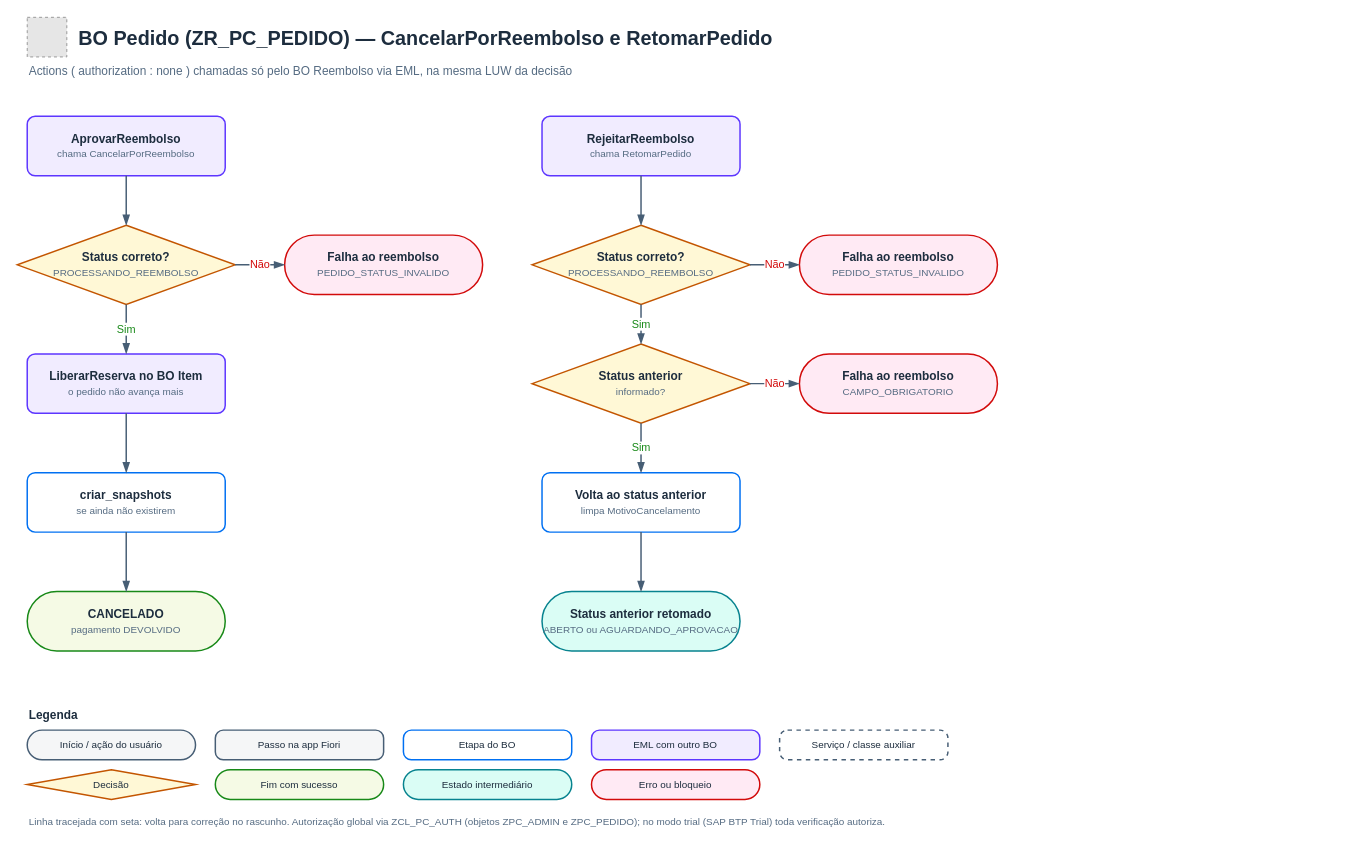
The draw.io diagram page "6 · Decisão do reembolso" (6 of 7) of docs/fluxos-bo-pedido.drawio in AdrianoBispo/sap-abap-rap-pedidos-de-compras-app, before the edit. Source tidied: cells renumbered, new cells numbered last; positions are measured from the earlier drawing's top-left corner, leaving out a move shared by most shapes. Both pictures are drawn from the tidied source at 99%, with x=0, y=0 at pixel (17, 17). Pictures stored in the file or linked from it are replaced by grey dashed boxes.
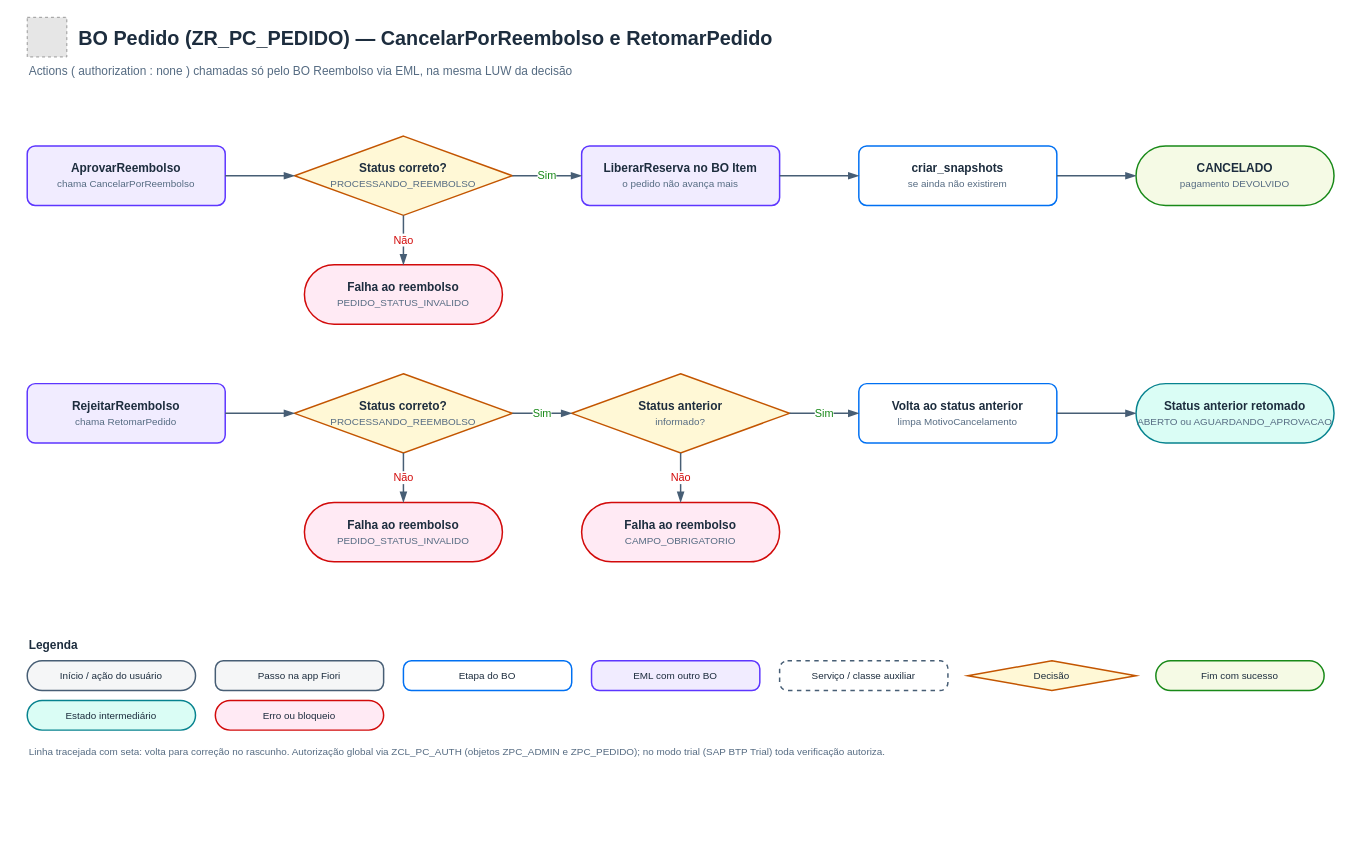
Above is the later version.

What changed in the source:
```diff
@@
     <mxCell id="3" value="BO Pedido (ZR_PC_PEDIDO) — CancelarPorReembolso e RetomarPedido" style="text;html=1;whiteSpace=wrap;align=left;verticalAlign=middle;fontFamily=Helvetica;fontSize=20;fontStyle=1;fontColor=#1D2D3E;" parent="1" vertex="1">
-      <mxGeometry x="60" width="930" height="40" as="geometry" />
+      <mxGeometry x="60" width="1290" height="40" as="geometry" />
     </mxCell>
     <mxCell id="4" value="Actions ( authorization : none ) chamadas só pelo BO Reembolso via EML, na mesma LUW da decisão" style="text;html=1;whiteSpace=wrap;align=left;verticalAlign=middle;fontFamily=Helvetica;fontSize=12;fontColor=#556B82;" parent="1" vertex="1">
-      <mxGeometry x="10" y="40" width="980" height="30" as="geometry" />
+      <mxGeometry x="10" y="40" width="1340" height="30" as="geometry" />
     </mxCell>
     <mxCell id="5" value="&lt;b&gt;AprovarReembolso&lt;/b&gt;&lt;br&gt;&lt;font style=&quot;font-size:10px&quot; color=&quot;#556B82&quot;&gt;chama CancelarPorReembolso&lt;/font&gt;" style="rounded=1;arcSize=16;absoluteArcSize=1;strokeColor=#5D36FF;fillColor=#F1ECFF;whiteSpace=wrap;html=1;fontFamily=Helvetica;fontSize=12;fontColor=#1D2D3E;strokeWidth=1.5;" parent="1" vertex="1">
-      <mxGeometry x="10" y="100" width="200" height="60" as="geometry" />
+      <mxGeometry x="10" y="130" width="200" height="60" as="geometry" />
     </mxCell>
     <mxCell id="6" value="&lt;b&gt;Status correto?&lt;/b&gt;&lt;br&gt;&lt;font style=&quot;font-size:10px&quot; color=&quot;#556B82&quot;&gt;PROCESSANDO_REEMBOLSO&lt;/font&gt;" style="rhombus;strokeColor=#C35500;fillColor=#FFF8D6;whiteSpace=wrap;html=1;fontFamily=Helvetica;fontSize=12;fontColor=#1D2D3E;strokeWidth=1.5;" parent="1" vertex="1">
-      <mxGeometry y="210" width="220" height="80" as="geometry" />
+      <mxGeometry x="280" y="120" width="220" height="80" as="geometry" />
     </mxCell>
     <mxCell id="7" value="&lt;b&gt;Falha ao reembolso&lt;/b&gt;&lt;br&gt;&lt;font style=&quot;font-size:10px&quot; color=&quot;#556B82&quot;&gt;PEDIDO_STATUS_INVALIDO&lt;/font&gt;" style="rounded=1;arcSize=60;absoluteArcSize=1;strokeColor=#D20A0A;fillColor=#FFEAF4;whiteSpace=wrap;html=1;fontFamily=Helvetica;fontSize=12;fontColor=#1D2D3E;strokeWidth=1.5;" parent="1" vertex="1">
-      <mxGeometry x="270" y="220" width="200" height="60" as="geometry" />
+      <mxGeometry x="290" y="250" width="200" height="60" as="geometry" />
     </mxCell>
     <mxCell id="8" value="&lt;b&gt;LiberarReserva no BO Item&lt;/b&gt;&lt;br&gt;&lt;font style=&quot;font-size:10px&quot; color=&quot;#556B82&quot;&gt;o pedido não avança mais&lt;/font&gt;" style="rounded=1;arcSize=16;absoluteArcSize=1;strokeColor=#5D36FF;fillColor=#F1ECFF;whiteSpace=wrap;html=1;fontFamily=Helvetica;fontSize=12;fontColor=#1D2D3E;strokeWidth=1.5;" parent="1" vertex="1">
-      <mxGeometry x="10" y="340" width="200" height="60" as="geometry" />
+      <mxGeometry x="570" y="130" width="200" height="60" as="geometry" />
     </mxCell>
     <mxCell id="9" value="&lt;b&gt;criar_snapshots&lt;/b&gt;&lt;br&gt;&lt;font style=&quot;font-size:10px&quot; color=&quot;#556B82&quot;&gt;se ainda não existirem&lt;/font&gt;" style="rounded=1;arcSize=16;absoluteArcSize=1;strokeColor=#0070F2;fillColor=#FFFFFF;whiteSpace=wrap;html=1;fontFamily=Helvetica;fontSize=12;fontColor=#1D2D3E;strokeWidth=1.5;" parent="1" vertex="1">
-      <mxGeometry x="10" y="460" width="200" height="60" as="geometry" />
+      <mxGeometry x="850" y="130" width="200" height="60" as="geometry" />
     </mxCell>
     <mxCell id="10" value="&lt;b&gt;CANCELADO&lt;/b&gt;&lt;br&gt;&lt;font style=&quot;font-size:10px&quot; color=&quot;#556B82&quot;&gt;pagamento DEVOLVIDO&lt;/font&gt;" style="rounded=1;arcSize=60;absoluteArcSize=1;strokeColor=#188918;fillColor=#F5FAE5;whiteSpace=wrap;html=1;fontFamily=Helvetica;fontSize=12;fontColor=#1D2D3E;strokeWidth=1.5;" parent="1" vertex="1">
-      <mxGeometry x="10" y="580" width="200" height="60" as="geometry" />
+      <mxGeometry x="1130" y="130" width="200" height="60" as="geometry" />
     </mxCell>
     <mxCell id="11" value="&lt;b&gt;RejeitarReembolso&lt;/b&gt;&lt;br&gt;&lt;font style=&quot;font-size:10px&quot; color=&quot;#556B82&quot;&gt;chama RetomarPedido&lt;/font&gt;" style="rounded=1;arcSize=16;absoluteArcSize=1;strokeColor=#5D36FF;fillColor=#F1ECFF;whiteSpace=wrap;html=1;fontFamily=Helvetica;fontSize=12;fontColor=#1D2D3E;strokeWidth=1.5;" parent="1" vertex="1">
-      <mxGeometry x="530" y="100" width="200" height="60" as="geometry" />
+      <mxGeometry x="10" y="370" width="200" height="60" as="geometry" />
     </mxCell>
     <mxCell id="12" value="&lt;b&gt;Status correto?&lt;/b&gt;&lt;br&gt;&lt;font style=&quot;font-size:10px&quot; color=&quot;#556B82&quot;&gt;PROCESSANDO_REEMBOLSO&lt;/font&gt;" style="rhombus;strokeColor=#C35500;fillColor=#FFF8D6;whiteSpace=wrap;html=1;fontFamily=Helvetica;fontSize=12;fontColor=#1D2D3E;strokeWidth=1.5;" parent="1" vertex="1">
-      <mxGeometry x="520" y="210" width="220" height="80" as="geometry" />
+      <mxGeometry x="280" y="360" width="220" height="80" as="geometry" />
     </mxCell>
     <mxCell id="13" value="&lt;b&gt;Falha ao reembolso&lt;/b&gt;&lt;br&gt;&lt;font style=&quot;font-size:10px&quot; color=&quot;#556B82&quot;&gt;PEDIDO_STATUS_INVALIDO&lt;/font&gt;" style="rounded=1;arcSize=60;absoluteArcSize=1;strokeColor=#D20A0A;fillColor=#FFEAF4;whiteSpace=wrap;html=1;fontFamily=Helvetica;fontSize=12;fontColor=#1D2D3E;strokeWidth=1.5;" parent="1" vertex="1">
-      <mxGeometry x="790" y="220" width="200" height="60" as="geometry" />
+      <mxGeometry x="290" y="490" width="200" height="60" as="geometry" />
     </mxCell>
     <mxCell id="14" value="&lt;b&gt;Status anterior&lt;/b&gt;&lt;br&gt;&lt;font style=&quot;font-size:10px&quot; color=&quot;#556B82&quot;&gt;informado?&lt;/font&gt;" style="rhombus;strokeColor=#C35500;fillColor=#FFF8D6;whiteSpace=wrap;html=1;fontFamily=Helvetica;fontSize=12;fontColor=#1D2D3E;strokeWidth=1.5;" parent="1" vertex="1">
-      <mxGeometry x="520" y="330" width="220" height="80" as="geometry" />
+      <mxGeometry x="560" y="360" width="220" height="80" as="geometry" />
     </mxCell>
     <mxCell id="15" value="&lt;b&gt;Falha ao reembolso&lt;/b&gt;&lt;br&gt;&lt;font style=&quot;font-size:10px&quot; color=&quot;#556B82&quot;&gt;CAMPO_OBRIGATORIO&lt;/font&gt;" style="rounded=1;arcSize=60;absoluteArcSize=1;strokeColor=#D20A0A;fillColor=#FFEAF4;whiteSpace=wrap;html=1;fontFamily=Helvetica;fontSize=12;fontColor=#1D2D3E;strokeWidth=1.5;" parent="1" vertex="1">
-      <mxGeometry x="790" y="340" width="200" height="60" as="geometry" />
+      <mxGeometry x="570" y="490" width="200" height="60" as="geometry" />
     </mxCell>
     <mxCell id="16" value="&lt;b&gt;Volta ao status anterior&lt;/b&gt;&lt;br&gt;&lt;font style=&quot;font-size:10px&quot; color=&quot;#556B82&quot;&gt;limpa MotivoCancelamento&lt;/font&gt;" style="rounded=1;arcSize=16;absoluteArcSize=1;strokeColor=#0070F2;fillColor=#FFFFFF;whiteSpace=wrap;html=1;fontFamily=Helvetica;fontSize=12;fontColor=#1D2D3E;strokeWidth=1.5;" parent="1" vertex="1">
-      <mxGeometry x="530" y="460" width="200" height="60" as="geometry" />
+      <mxGeometry x="850" y="370" width="200" height="60" as="geometry" />
     </mxCell>
     <mxCell id="17" value="&lt;b&gt;Status anterior retomado&lt;/b&gt;&lt;br&gt;&lt;font style=&quot;font-size:10px&quot; color=&quot;#556B82&quot;&gt;ABERTO ou AGUARDANDO_APROVACAO&lt;/font&gt;" style="rounded=1;arcSize=60;absoluteArcSize=1;strokeColor=#07838F;fillColor=#DAFDF5;whiteSpace=wrap;html=1;fontFamily=Helvetica;fontSize=12;fontColor=#1D2D3E;strokeWidth=1.5;" parent="1" vertex="1">
-      <mxGeometry x="530" y="580" width="200" height="60" as="geometry" />
+      <mxGeometry x="1130" y="370" width="200" height="60" as="geometry" />
     </mxCell>
-    <mxCell id="18" style="edgeStyle=orthogonalEdgeStyle;rounded=1;html=1;strokeColor=#475E75;strokeWidth=1.5;endArrow=blockThin;endFill=1;endSize=7;fontFamily=Helvetica;fontSize=11;fontColor=#1D2D3E;labelBackgroundColor=default;exitX=0.5;exitY=1;exitDx=0;exitDy=0;entryX=0.5;entryY=0;entryDx=0;entryDy=0;" parent="1" edge="1" source="5" target="6">
+    <mxCell id="18" style="edgeStyle=orthogonalEdgeStyle;rounded=1;html=1;strokeColor=#475E75;strokeWidth=1.5;endArrow=blockThin;endFill=1;endSize=7;fontFamily=Helvetica;fontSize=11;fontColor=#1D2D3E;labelBackgroundColor=default;exitX=1;exitY=0.5;exitDx=0;exitDy=0;entryX=0;entryY=0.5;entryDx=0;entryDy=0;" parent="1" edge="1" source="5" target="6">
       <mxGeometry relative="1" as="geometry" />
     </mxCell>
-    <mxCell id="19" value="Não" style="edgeStyle=orthogonalEdgeStyle;rounded=1;html=1;strokeColor=#475E75;strokeWidth=1.5;endArrow=blockThin;endFill=1;endSize=7;fontFamily=Helvetica;fontSize=11;fontColor=#D20A0A;labelBackgroundColor=default;exitX=1;exitY=0.5;exitDx=0;exitDy=0;entryX=0;entryY=0.5;entryDx=0;entryDy=0;" parent="1" edge="1" source="6" target="7">
+    <mxCell id="19" value="Não" style="edgeStyle=orthogonalEdgeStyle;rounded=1;html=1;strokeColor=#475E75;strokeWidth=1.5;endArrow=blockThin;endFill=1;endSize=7;fontFamily=Helvetica;fontSize=11;fontColor=#D20A0A;labelBackgroundColor=default;exitX=0.5;exitY=1;exitDx=0;exitDy=0;entryX=0.5;entryY=0;entryDx=0;entryDy=0;" parent="1" edge="1" source="6" target="7">
       <mxGeometry relative="1" as="geometry" />
     </mxCell>
-    <mxCell id="20" value="Sim" style="edgeStyle=orthogonalEdgeStyle;rounded=1;html=1;strokeColor=#475E75;strokeWidth=1.5;endArrow=blockThin;endFill=1;endSize=7;fontFamily=Helvetica;fontSize=11;fontColor=#188918;labelBackgroundColor=default;exitX=0.5;exitY=1;exitDx=0;exitDy=0;entryX=0.5;entryY=0;entryDx=0;entryDy=0;" parent="1" edge="1" source="6" target="8">
+    <mxCell id="20" value="Sim" style="edgeStyle=orthogonalEdgeStyle;rounded=1;html=1;strokeColor=#475E75;strokeWidth=1.5;endArrow=blockThin;endFill=1;endSize=7;fontFamily=Helvetica;fontSize=11;fontColor=#188918;labelBackgroundColor=default;exitX=1;exitY=0.5;exitDx=0;exitDy=0;entryX=0;entryY=0.5;entryDx=0;entryDy=0;" parent="1" edge="1" source="6" target="8">
       <mxGeometry relative="1" as="geometry" />
     </mxCell>
-    <mxCell id="21" style="edgeStyle=orthogonalEdgeStyle;rounded=1;html=1;strokeColor=#475E75;strokeWidth=1.5;endArrow=blockThin;endFill=1;endSize=7;fontFamily=Helvetica;fontSize=11;fontColor=#1D2D3E;labelBackgroundColor=default;exitX=0.5;exitY=1;exitDx=0;exitDy=0;entryX=0.5;entryY=0;entryDx=0;entryDy=0;" parent="1" edge="1" source="8" target="9">
+    <mxCell id="21" style="edgeStyle=orthogonalEdgeStyle;rounded=1;html=1;strokeColor=#475E75;strokeWidth=1.5;endArrow=blockThin;endFill=1;endSize=7;fontFamily=Helvetica;fontSize=11;fontColor=#1D2D3E;labelBackgroundColor=default;exitX=1;exitY=0.5;exitDx=0;exitDy=0;entryX=0;entryY=0.5;entryDx=0;entryDy=0;" parent="1" edge="1" source="8" target="9">
       <mxGeometry relative="1" as="geometry" />
     </mxCell>
-    <mxCell id="22" style="edgeStyle=orthogonalEdgeStyle;rounded=1;html=1;strokeColor=#475E75;strokeWidth=1.5;endArrow=blockThin;endFill=1;endSize=7;fontFamily=Helvetica;fontSize=11;fontColor=#1D2D3E;labelBackgroundColor=default;exitX=0.5;exitY=1;exitDx=0;exitDy=0;entryX=0.5;entryY=0;entryDx=0;entryDy=0;" parent="1" edge="1" source="9" target="10">
+    <mxCell id="22" style="edgeStyle=orthogonalEdgeStyle;rounded=1;html=1;strokeColor=#475E75;strokeWidth=1.5;endArrow=blockThin;endFill=1;endSize=7;fontFamily=Helvetica;fontSize=11;fontColor=#1D2D3E;labelBackgroundColor=default;exitX=1;exitY=0.5;exitDx=0;exitDy=0;entryX=0;entryY=0.5;entryDx=0;entryDy=0;" parent="1" edge="1" source="9" target="10">
       <mxGeometry relative="1" as="geometry" />
     </mxCell>
-    <mxCell id="23" style="edgeStyle=orthogonalEdgeStyle;rounded=1;html=1;strokeColor=#475E75;strokeWidth=1.5;endArrow=blockThin;endFill=1;endSize=7;fontFamily=Helvetica;fontSize=11;fontColor=#1D2D3E;labelBackgroundColor=default;exitX=0.5;exitY=1;exitDx=0;exitDy=0;entryX=0.5;entryY=0;entryDx=0;entryDy=0;" parent="1" edge="1" source="11" target="12">
+    <mxCell id="23" style="edgeStyle=orthogonalEdgeStyle;rounded=1;html=1;strokeColor=#475E75;strokeWidth=1.5;endArrow=blockThin;endFill=1;endSize=7;fontFamily=Helvetica;fontSize=11;fontColor=#1D2D3E;labelBackgroundColor=default;exitX=1;exitY=0.5;exitDx=0;exitDy=0;entryX=0;entryY=0.5;entryDx=0;entryDy=0;" parent="1" edge="1" source="11" target="12">
       <mxGeometry relative="1" as="geometry" />
     </mxCell>
-    <mxCell id="24" value="Não" style="edgeStyle=orthogonalEdgeStyle;rounded=1;html=1;strokeColor=#475E75;strokeWidth=1.5;endArrow=blockThin;endFill=1;endSize=7;fontFamily=Helvetica;fontSize=11;fontColor=#D20A0A;labelBackgroundColor=default;exitX=1;exitY=0.5;exitDx=0;exitDy=0;entryX=0;entryY=0.5;entryDx=0;entryDy=0;" parent="1" edge="1" source="12" target="13">
+    <mxCell id="24" value="Não" style="edgeStyle=orthogonalEdgeStyle;rounded=1;html=1;strokeColor=#475E75;strokeWidth=1.5;endArrow=blockThin;endFill=1;endSize=7;fontFamily=Helvetica;fontSize=11;fontColor=#D20A0A;labelBackgroundColor=default;exitX=0.5;exitY=1;exitDx=0;exitDy=0;entryX=0.5;entryY=0;entryDx=0;entryDy=0;" parent="1" edge="1" source="12" target="13">
       <mxGeometry relative="1" as="geometry" />
     </mxCell>
-    <mxCell id="25" value="Sim" style="edgeStyle=orthogonalEdgeStyle;rounded=1;html=1;strokeColor=#475E75;strokeWidth=1.5;endArrow=blockThin;endFill=1;endSize=7;fontFamily=Helvetica;fontSize=11;fontColor=#188918;labelBackgroundColor=default;exitX=0.5;exitY=1;exitDx=0;exitDy=0;entryX=0.5;entryY=0;entryDx=0;entryDy=0;" parent="1" edge="1" source="12" target="14">
+    <mxCell id="25" value="Sim" style="edgeStyle=orthogonalEdgeStyle;rounded=1;html=1;strokeColor=#475E75;strokeWidth=1.5;endArrow=blockThin;endFill=1;endSize=7;fontFamily=Helvetica;fontSize=11;fontColor=#188918;labelBackgroundColor=default;exitX=1;exitY=0.5;exitDx=0;exitDy=0;entryX=0;entryY=0.5;entryDx=0;entryDy=0;" parent="1" edge="1" source="12" target="14">
       <mxGeometry relative="1" as="geometry" />
     </mxCell>
-    <mxCell id="26" value="Não" style="edgeStyle=orthogonalEdgeStyle;rounded=1;html=1;strokeColor=#475E75;strokeWidth=1.5;endArrow=blockThin;endFill=1;endSize=7;fontFamily=Helvetica;fontSize=11;fontColor=#D20A0A;labelBackgroundColor=default;exitX=1;exitY=0.5;exitDx=0;exitDy=0;entryX=0;entryY=0.5;entryDx=0;entryDy=0;" parent="1" edge="1" source="14" target="15">
+    <mxCell id="26" value="Não" style="edgeStyle=orthogonalEdgeStyle;rounded=1;html=1;strokeColor=#475E75;strokeWidth=1.5;endArrow=blockThin;endFill=1;endSize=7;fontFamily=Helvetica;fontSize=11;fontColor=#D20A0A;labelBackgroundColor=default;exitX=0.5;exitY=1;exitDx=0;exitDy=0;entryX=0.5;entryY=0;entryDx=0;entryDy=0;" parent="1" edge="1" source="14" target="15">
       <mxGeometry relative="1" as="geometry" />
     </mxCell>
-    <mxCell id="27" value="Sim" style="edgeStyle=orthogonalEdgeStyle;rounded=1;html=1;strokeColor=#475E75;strokeWidth=1.5;endArrow=blockThin;endFill=1;endSize=7;fontFamily=Helvetica;fontSize=11;fontColor=#188918;labelBackgroundColor=default;exitX=0.5;exitY=1;exitDx=0;exitDy=0;entryX=0.5;entryY=0;entryDx=0;entryDy=0;" parent="1" edge="1" source="14" target="16">
+    <mxCell id="27" value="Sim" style="edgeStyle=orthogonalEdgeStyle;rounded=1;html=1;strokeColor=#475E75;strokeWidth=1.5;endArrow=blockThin;endFill=1;endSize=7;fontFamily=Helvetica;fontSize=11;fontColor=#188918;labelBackgroundColor=default;exitX=1;exitY=0.5;exitDx=0;exitDy=0;entryX=0;entryY=0.5;entryDx=0;entryDy=0;" parent="1" edge="1" source="14" target="16">
       <mxGeometry relative="1" as="geometry" />
     </mxCell>
-    <mxCell id="28" style="edgeStyle=orthogonalEdgeStyle;rounded=1;html=1;strokeColor=#475E75;strokeWidth=1.5;endArrow=blockThin;endFill=1;endSize=7;fontFamily=Helvetica;fontSize=11;fontColor=#1D2D3E;labelBackgroundColor=default;exitX=0.5;exitY=1;exitDx=0;exitDy=0;entryX=0.5;entryY=0;entryDx=0;entryDy=0;" parent="1" edge="1" source="16" target="17">
+    <mxCell id="28" style="edgeStyle=orthogonalEdgeStyle;rounded=1;html=1;strokeColor=#475E75;strokeWidth=1.5;endArrow=blockThin;endFill=1;endSize=7;fontFamily=Helvetica;fontSize=11;fontColor=#1D2D3E;labelBackgroundColor=default;exitX=1;exitY=0.5;exitDx=0;exitDy=0;entryX=0;entryY=0.5;entryDx=0;entryDy=0;" parent="1" edge="1" source="16" target="17">
       <mxGeometry relative="1" as="geometry" />
     </mxCell>
     <mxCell id="29" value="&lt;b&gt;Legenda&lt;/b&gt;" style="text;html=1;align=left;verticalAlign=middle;fontFamily=Helvetica;fontSize=12;fontColor=#1D2D3E;" parent="1" vertex="1">
-      <mxGeometry x="10" y="690" width="200" height="30" as="geometry" />
+      <mxGeometry x="10" y="620" width="200" height="30" as="geometry" />
     </mxCell>
     <mxCell id="30" value="Início / ação do usuário" style="rounded=1;arcSize=60;absoluteArcSize=1;strokeColor=#475E75;fillColor=#F5F6F7;whiteSpace=wrap;html=1;fontFamily=Helvetica;fontSize=10;fontColor=#1D2D3E;strokeWidth=1.5;" parent="1" vertex="1">
-      <mxGeometry x="10" y="720" width="170" height="30" as="geometry" />
+      <mxGeometry x="10" y="650" width="170" height="30" as="geometry" />
     </mxCell>
     <mxCell id="31" value="Passo na app Fiori" style="rounded=1;arcSize=16;absoluteArcSize=1;strokeColor=#475E75;fillColor=#F5F6F7;whiteSpace=wrap;html=1;fontFamily=Helvetica;fontSize=10;fontColor=#1D2D3E;strokeWidth=1.5;" parent="1" vertex="1">
-      <mxGeometry x="200" y="720" width="170" height="30" as="geometry" />
+      <mxGeometry x="200" y="650" width="170" height="30" as="geometry" />
     </mxCell>
     <mxCell id="32" value="Etapa do BO" style="rounded=1;arcSize=16;absoluteArcSize=1;strokeColor=#0070F2;fillColor=#FFFFFF;whiteSpace=wrap;html=1;fontFamily=Helvetica;fontSize=10;fontColor=#1D2D3E;strokeWidth=1.5;" parent="1" vertex="1">
-      <mxGeometry x="390" y="720" width="170" height="30" as="geometry" />
+      <mxGeometry x="390" y="650" width="170" height="30" as="geometry" />
     </mxCell>
     <mxCell id="33" value="EML com outro BO" style="rounded=1;arcSize=16;absoluteArcSize=1;strokeColor=#5D36FF;fillColor=#F1ECFF;whiteSpace=wrap;html=1;fontFamily=Helvetica;fontSize=10;fontColor=#1D2D3E;strokeWidth=1.5;" parent="1" vertex="1">
-      <mxGeometry x="580" y="720" width="170" height="30" as="geometry" />
+      <mxGeometry x="580" y="650" width="170" height="30" as="geometry" />
     </mxCell>
     <mxCell id="34" value="Serviço / classe auxiliar" style="rounded=1;arcSize=16;absoluteArcSize=1;strokeColor=#475E75;fillColor=#FFFFFF;dashed=1;whiteSpace=wrap;html=1;fontFamily=Helvetica;fontSize=10;fontColor=#1D2D3E;strokeWidth=1.5;" parent="1" vertex="1">
-      <mxGeometry x="770" y="720" width="170" height="30" as="geometry" />
+      <mxGeometry x="770" y="650" width="170" height="30" as="geometry" />
     </mxCell>
     <mxCell id="35" value="Decisão" style="rhombus;strokeColor=#C35500;fillColor=#FFF8D6;whiteSpace=wrap;html=1;fontFamily=Helvetica;fontSize=10;fontColor=#1D2D3E;strokeWidth=1.5;" parent="1" vertex="1">
-      <mxGeometry x="10" y="760" width="170" height="30" as="geometry" />
+      <mxGeometry x="960" y="650" width="170" height="30" as="geometry" />
     </mxCell>
     <mxCell id="36" value="Fim com sucesso" style="rounded=1;arcSize=60;absoluteArcSize=1;strokeColor=#188918;fillColor=#F5FAE5;whiteSpace=wrap;html=1;fontFamily=Helvetica;fontSize=10;fontColor=#1D2D3E;strokeWidth=1.5;" parent="1" vertex="1">
-      <mxGeometry x="200" y="760" width="170" height="30" as="geometry" />
+      <mxGeometry x="1150" y="650" width="170" height="30" as="geometry" />
     </mxCell>
     <mxCell id="37" value="Estado intermediário" style="rounded=1;arcSize=60;absoluteArcSize=1;strokeColor=#07838F;fillColor=#DAFDF5;whiteSpace=wrap;html=1;fontFamily=Helvetica;fontSize=10;fontColor=#1D2D3E;strokeWidth=1.5;" parent="1" vertex="1">
-      <mxGeometry x="390" y="760" width="170" height="30" as="geometry" />
+      <mxGeometry x="10" y="690" width="170" height="30" as="geometry" />
     </mxCell>
     <mxCell id="38" value="Erro ou bloqueio" style="rounded=1;arcSize=60;absoluteArcSize=1;strokeColor=#D20A0A;fillColor=#FFEAF4;whiteSpace=wrap;html=1;fontFamily=Helvetica;fontSize=10;fontColor=#1D2D3E;strokeWidth=1.5;" parent="1" vertex="1">
-      <mxGeometry x="580" y="760" width="170" height="30" as="geometry" />
+      <mxGeometry x="200" y="690" width="170" height="30" as="geometry" />
     </mxCell>
     <mxCell id="39" value="Linha tracejada com seta: volta para correção no rascunho. Autorização global via ZCL_PC_AUTH (objetos ZPC_ADMIN e ZPC_PEDIDO); no modo trial (SAP BTP Trial) toda verificação autoriza." style="text;html=1;whiteSpace=wrap;align=left;verticalAlign=top;fontFamily=Helvetica;fontSize=10;fontColor=#556B82;" parent="1" vertex="1">
-      <mxGeometry x="10" y="800" width="980" height="40" as="geometry" />
+      <mxGeometry x="10" y="730" width="1340" height="40" as="geometry" />
     </mxCell>
```
